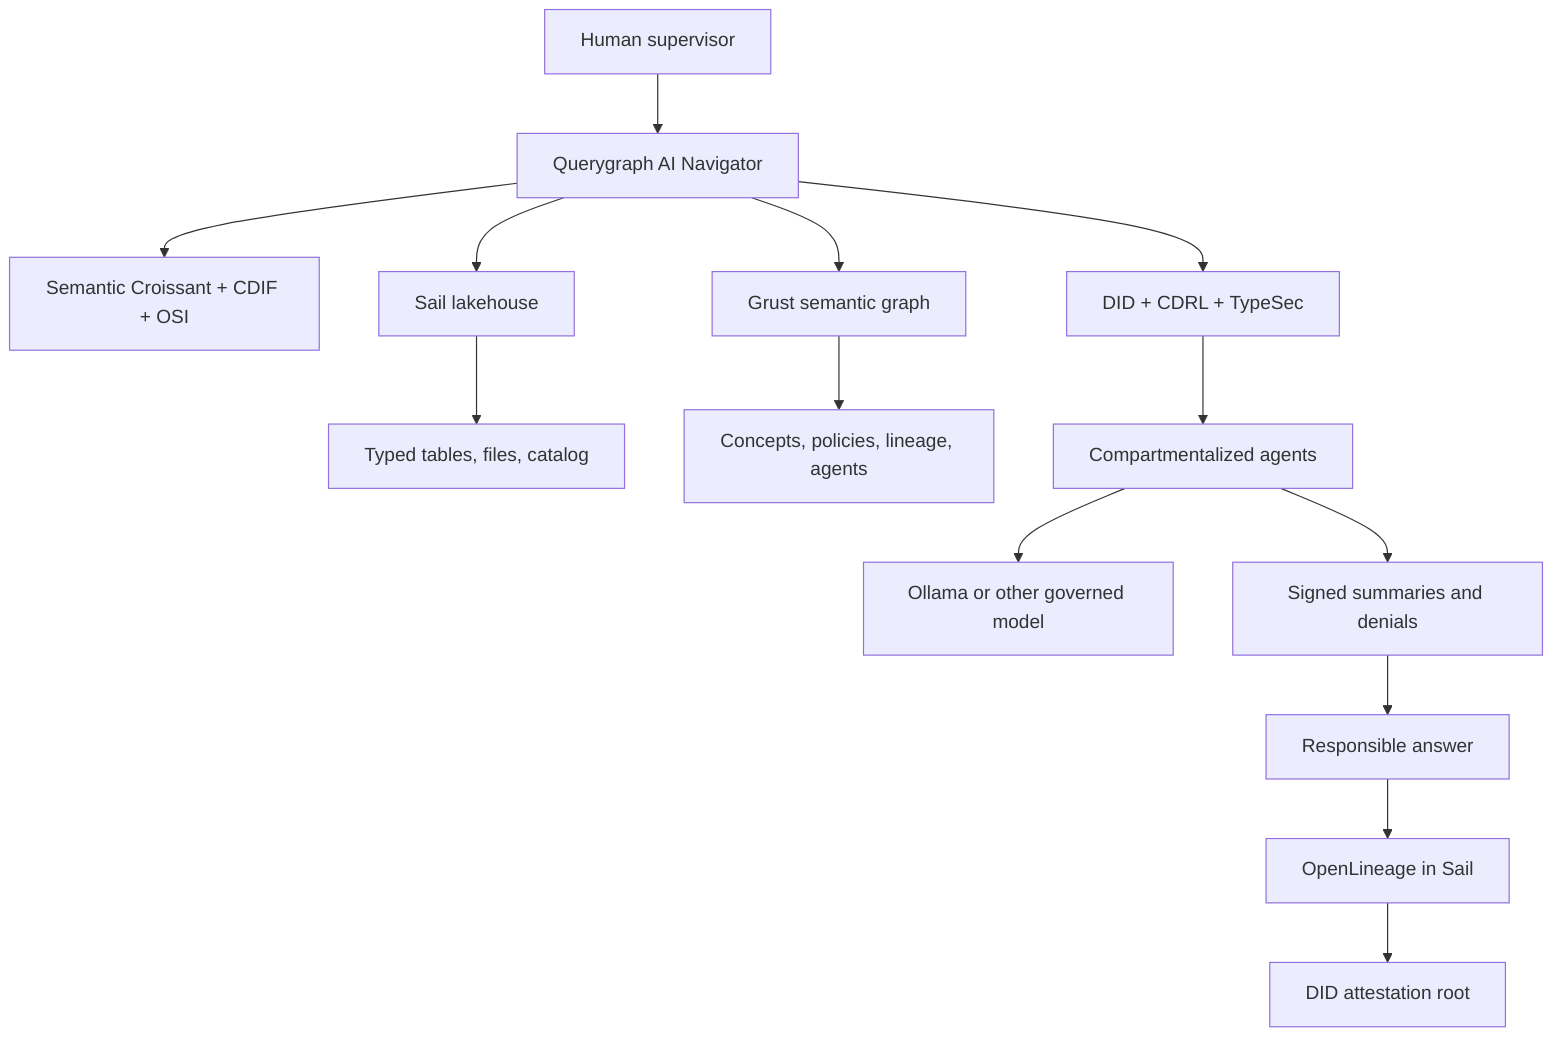
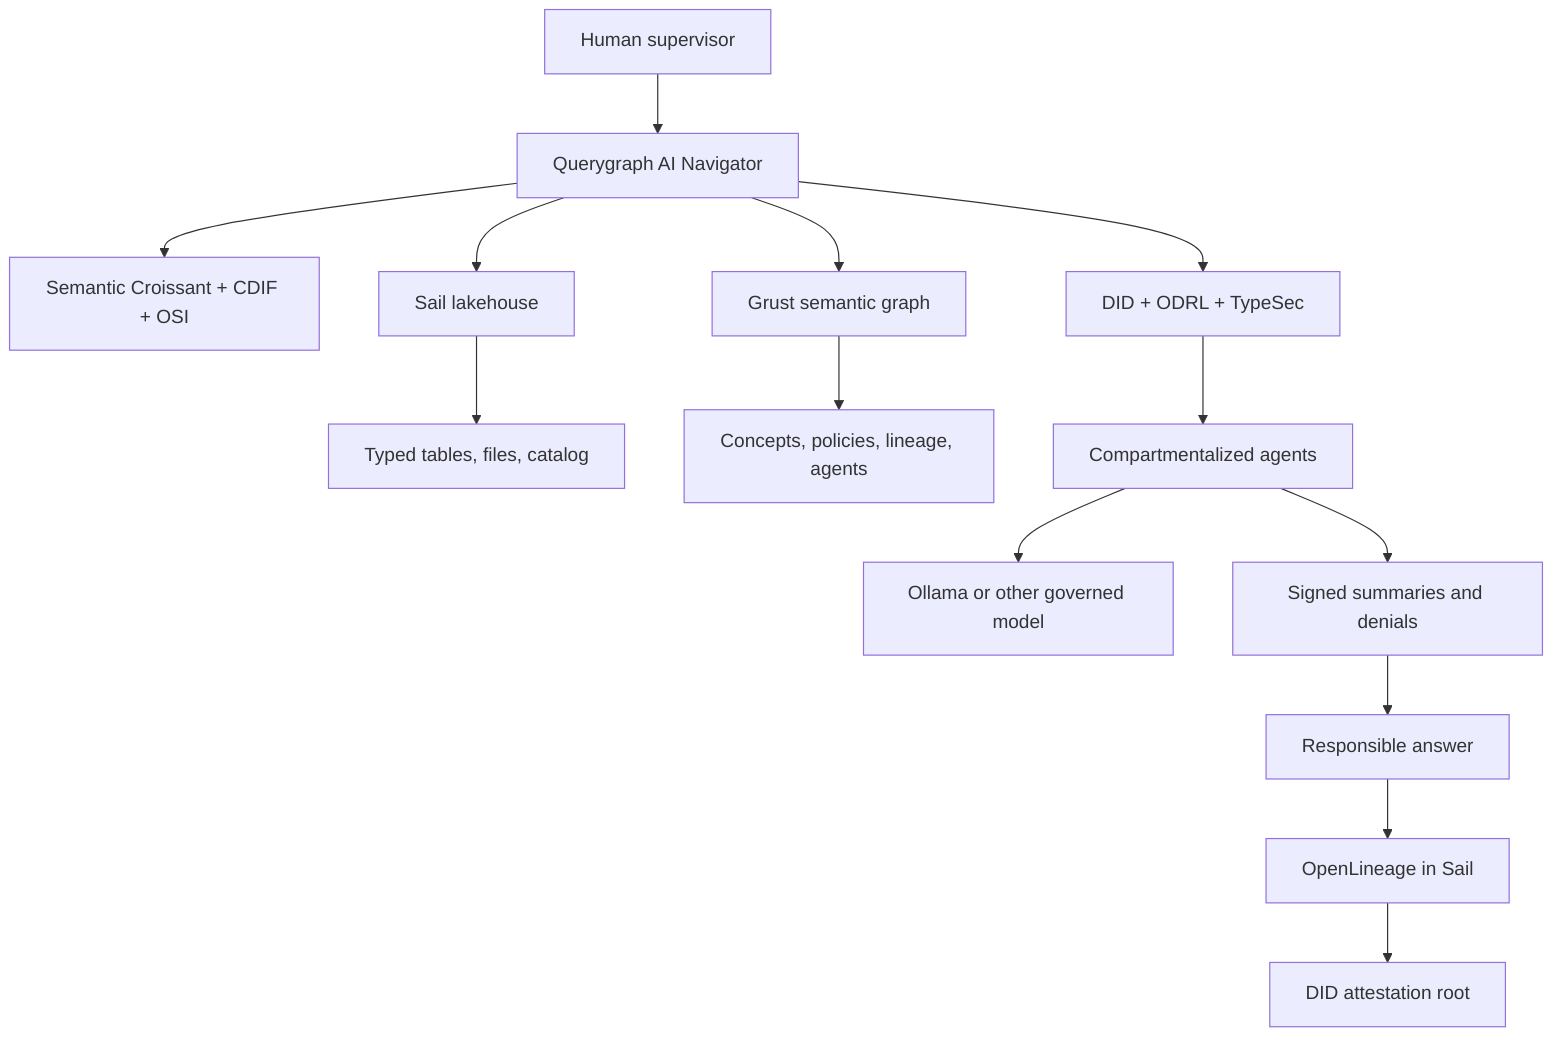
flowchart TD
    Human["Human supervisor"] --> Navigator["Querygraph AI Navigator"]
    Navigator --> Meaning["Semantic Croissant + CDIF + OSI"]
-     Navigator --> Rights["DID + CDRL + TypeSec"]
+     Navigator --> Rights["DID + ODRL + TypeSec"]
    Navigator --> Graph["Grust semantic graph"]
    Navigator --> Lake["Sail lakehouse"]
    Lake --> Data["Typed tables, files, catalog"]
    Graph --> Context["Concepts, policies, lineage, agents"]
    Rights --> Agents["Compartmentalized agents"]
    Agents --> Model["Ollama or other governed model"]
    Agents --> Summaries["Signed summaries and denials"]
    Summaries --> Briefing["Responsible answer"]
    Briefing --> Lineage["OpenLineage in Sail"]
    Lineage --> Ledger["DID attestation root"]
